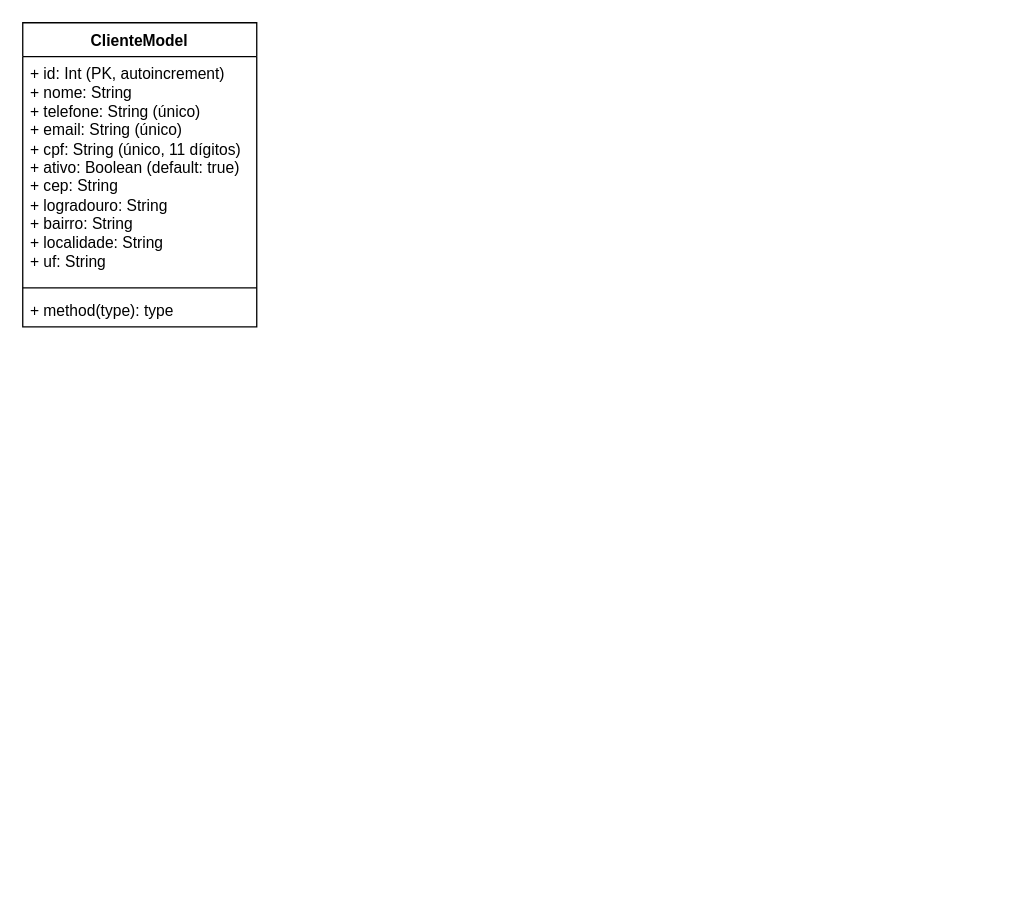
Before: uml/poo.drawio in dudaguimaraes11/lanchonete-backend, a draw.io diagram. Source tidied: cells renumbered, new cells numbered last; positions are measured from the earlier drawing's top-left corner, leaving out a move shared by most shapes. Both pictures are drawn from the tidied source at 130%, with x=0, y=0 at pixel (22, 22).
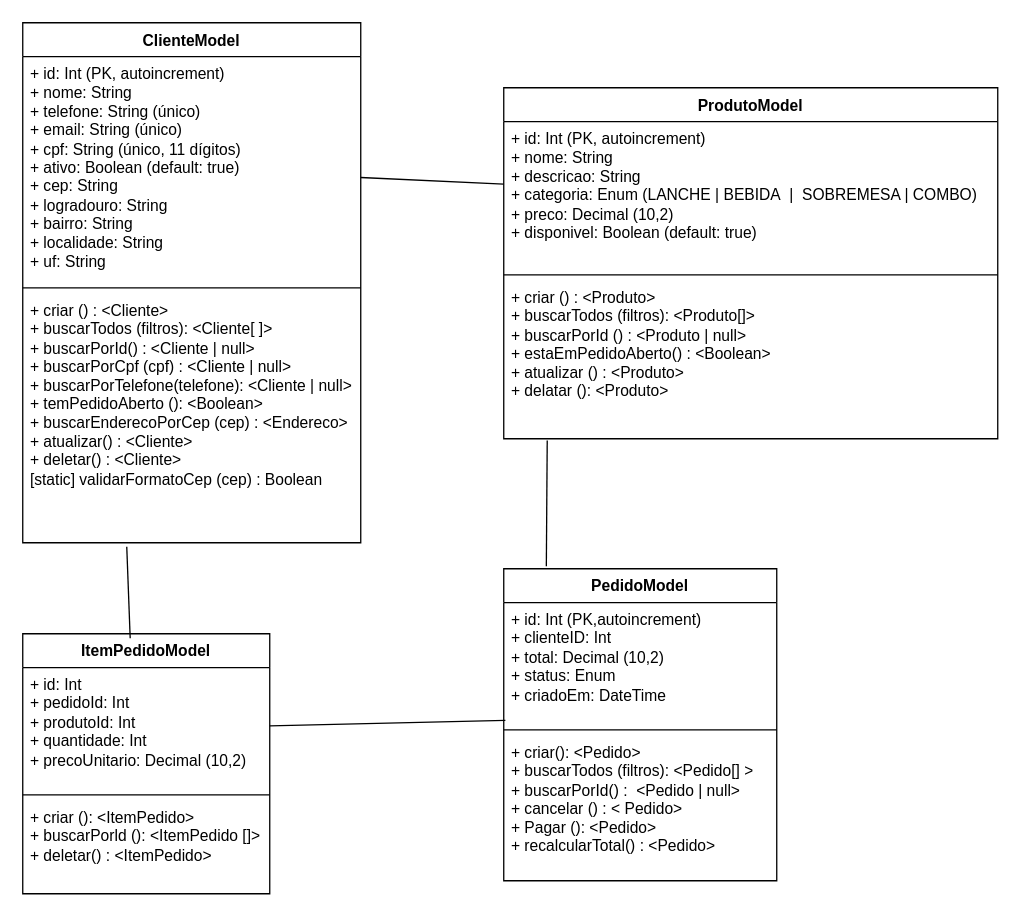
Above is the later version.

The edit, as a diff of the source:
```diff
@@
     <mxCell id="2" value="ClienteModel&lt;div&gt;&lt;br&gt;&lt;/div&gt;" style="swimlane;fontStyle=1;align=center;verticalAlign=top;horizontal=1;startSize=26;whiteSpace=wrap;html=1;" parent="1" vertex="1">
-      <mxGeometry width="180" height="234" as="geometry" />
+      <mxGeometry width="260" height="400" as="geometry" />
     </mxCell>
     <mxCell id="3" value="+ id: Int (PK, autoincrement)&lt;div&gt;+ nome: String&lt;/div&gt;&lt;div&gt;+ telefone: String (único)&lt;/div&gt;&lt;div&gt;+ email: String (único)&lt;/div&gt;&lt;div&gt;+ cpf: String (único, 11 dígitos)&lt;/div&gt;&lt;div&gt;+ ativo: Boolean (default: true)&lt;/div&gt;&lt;div&gt;+ cep: String&amp;nbsp;&lt;/div&gt;&lt;div&gt;+ logradouro: String&amp;nbsp;&lt;/div&gt;&lt;div&gt;+ bairro: String&lt;/div&gt;&lt;div&gt;+ localidade: String&amp;nbsp;&lt;br&gt;+ uf: String&amp;nbsp;&lt;/div&gt;&lt;div&gt;&lt;br&gt;&lt;/div&gt;" style="text;strokeColor=none;fillColor=none;align=left;verticalAlign=top;spacingLeft=4;spacingRight=4;overflow=hidden;points=[[0,0.5],[1,0.5]];portConstraint=eastwest;whiteSpace=wrap;html=1;" parent="2" vertex="1">
-      <mxGeometry y="26" width="180" height="174" as="geometry" />
+      <mxGeometry y="26" width="260" height="174" as="geometry" />
     </mxCell>
     <mxCell id="4" style="line;strokeWidth=1;fillColor=none;align=left;verticalAlign=middle;spacingTop=-1;spacingLeft=3;spacingRight=3;labelPosition=right;strokeColor=inherit;" parent="2" vertex="1">
-      <mxGeometry y="200" width="180" height="8" as="geometry" />
+      <mxGeometry y="200" width="260" height="8" as="geometry" />
     </mxCell>
-    <mxCell id="5" value="+ method(type): type" style="text;strokeColor=none;fillColor=none;align=left;verticalAlign=top;spacingLeft=4;spacingRight=4;overflow=hidden;whiteSpace=wrap;html=1;" parent="2" vertex="1">
-      <mxGeometry y="208" width="180" height="26" as="geometry" />
+    <mxCell id="5" value="+ criar () : &amp;lt;Cliente&amp;gt;&lt;div&gt;+ buscarTodos (filtros): &amp;lt;Cliente[ ]&amp;gt;&lt;/div&gt;&lt;div&gt;+ buscarPorId() : &amp;lt;Cliente | null&amp;gt;&lt;/div&gt;&lt;div&gt;+ buscarPorCpf (cpf) : &amp;lt;Cliente | null&amp;gt;&lt;/div&gt;&lt;div&gt;+ buscarPorTelefone(telefone): &amp;lt;Cliente | null&amp;gt;&lt;/div&gt;&lt;div&gt;+ temPedidoAberto (): &amp;lt;Boolean&amp;gt;&lt;/div&gt;&lt;div&gt;+ buscarEnderecoPorCep (cep) : &amp;lt;Endereco&amp;gt;&lt;/div&gt;&lt;div&gt;+ atualizar() : &amp;lt;Cliente&amp;gt;&amp;nbsp;&lt;/div&gt;&lt;div&gt;+ deletar() : &amp;lt;Cliente&amp;gt;&lt;/div&gt;&lt;div&gt;[static] validarFormatoCep (cep) : Boolean&lt;/div&gt;&lt;div&gt;&lt;br&gt;&lt;/div&gt;" style="text;strokeColor=none;fillColor=none;align=left;verticalAlign=top;spacingLeft=4;spacingRight=4;overflow=hidden;whiteSpace=wrap;html=1;" parent="2" vertex="1">
+      <mxGeometry y="208" width="260" height="192" as="geometry" />
     </mxCell>
+    <mxCell id="6" value="ProdutoModel&lt;div&gt;&lt;br&gt;&lt;/div&gt;" style="swimlane;fontStyle=1;align=center;verticalAlign=top;horizontal=1;startSize=26;whiteSpace=wrap;html=1;" parent="1" vertex="1">
+      <mxGeometry x="370" y="50" width="380" height="270" as="geometry" />
+    </mxCell>
+    <mxCell id="7" value="&lt;div&gt;+ id: Int (PK, autoincrement)&lt;/div&gt;&lt;div&gt;+ nome: String&lt;/div&gt;&lt;div&gt;+ descricao: String&lt;/div&gt;&lt;div&gt;+ categoria: Enum (LANCHE | BEBIDA&amp;nbsp; |&amp;nbsp; SOBREMESA | COMBO)&lt;/div&gt;&lt;div&gt;+ preco: Decimal (10,2)&lt;/div&gt;&lt;div&gt;+ disponivel: Boolean (default: true)&lt;/div&gt;" style="text;strokeColor=none;fillColor=none;align=left;verticalAlign=top;spacingLeft=4;spacingRight=4;overflow=hidden;points=[[0,0.5],[1,0.5]];portConstraint=eastwest;whiteSpace=wrap;html=1;" parent="6" vertex="1">
+      <mxGeometry y="26" width="380" height="114" as="geometry" />
+    </mxCell>
+    <mxCell id="8" style="line;strokeWidth=1;fillColor=none;align=left;verticalAlign=middle;spacingTop=-1;spacingLeft=3;spacingRight=3;labelPosition=right;strokeColor=inherit;" parent="6" vertex="1">
+      <mxGeometry y="140" width="380" height="8" as="geometry" />
+    </mxCell>
+    <mxCell id="9" value="+ criar () : &amp;lt;Produto&amp;gt;&lt;div&gt;&lt;font color=&quot;#000000&quot;&gt;+ buscarTodos (filtros): &amp;lt;Produto[]&amp;gt;&lt;br&gt;&lt;/font&gt;&lt;div&gt;+ buscarPorId () : &amp;lt;Produto | null&amp;gt;&lt;/div&gt;&lt;div&gt;+ estaEmPedidoAberto() : &amp;lt;Boolean&amp;gt;&lt;/div&gt;&lt;div&gt;+ atualizar () : &amp;lt;Produto&amp;gt;&lt;/div&gt;&lt;div&gt;+ delatar (): &amp;lt;Produto&amp;gt;&lt;/div&gt;&lt;div&gt;&lt;br&gt;&lt;/div&gt;&lt;div&gt;&lt;br&gt;&lt;/div&gt;&lt;/div&gt;" style="text;strokeColor=none;fillColor=none;align=left;verticalAlign=top;spacingLeft=4;spacingRight=4;overflow=hidden;points=[[0,0.5],[1,0.5]];portConstraint=eastwest;whiteSpace=wrap;html=1;" parent="6" vertex="1">
+      <mxGeometry y="148" width="380" height="122" as="geometry" />
+    </mxCell>
+    <mxCell id="10" value="PedidoModel" style="swimlane;fontStyle=1;align=center;verticalAlign=top;horizontal=1;startSize=26;whiteSpace=wrap;html=1;" parent="1" vertex="1">
+      <mxGeometry x="370" y="420" width="210" height="240" as="geometry" />
+    </mxCell>
+    <mxCell id="11" value="+ id: Int (PK,autoincrement)&lt;div&gt;+ clienteID: Int&amp;nbsp;&lt;/div&gt;&lt;div&gt;+ total: Decimal (10,2)&amp;nbsp;&lt;/div&gt;&lt;div&gt;+ status: Enum&amp;nbsp;&lt;/div&gt;&lt;div&gt;+ criadoEm: DateTime&amp;nbsp;&lt;/div&gt;" style="text;strokeColor=none;fillColor=none;align=left;verticalAlign=top;spacingLeft=4;spacingRight=4;overflow=hidden;points=[[0,0.5],[1,0.5]];portConstraint=eastwest;whiteSpace=wrap;html=1;" parent="10" vertex="1">
+      <mxGeometry y="26" width="210" height="94" as="geometry" />
+    </mxCell>
+    <mxCell id="12" style="line;strokeWidth=1;fillColor=none;align=left;verticalAlign=middle;spacingTop=-1;spacingLeft=3;spacingRight=3;labelPosition=right;strokeColor=inherit;" parent="10" vertex="1">
+      <mxGeometry y="120" width="210" height="8" as="geometry" />
+    </mxCell>
+    <mxCell id="13" value="+ criar(): &amp;lt;Pedido&amp;gt;&lt;div&gt;+ buscarTodos (filtros): &amp;lt;Pedido[] &amp;gt;&lt;/div&gt;&lt;div&gt;+ buscarPorId() :&amp;nbsp; &amp;lt;Pedido | null&amp;gt;&lt;/div&gt;&lt;div&gt;+ cancelar () : &amp;lt; Pedido&amp;gt;&lt;/div&gt;&lt;div&gt;+ Pagar (): &amp;lt;Pedido&amp;gt;&lt;/div&gt;&lt;div&gt;+ recalcularTotal() : &amp;lt;Pedido&amp;gt;&lt;/div&gt;&lt;div&gt;&lt;br&gt;&lt;/div&gt;" style="text;strokeColor=none;fillColor=none;align=left;verticalAlign=top;spacingLeft=4;spacingRight=4;overflow=hidden;whiteSpace=wrap;html=1;" parent="10" vertex="1">
+      <mxGeometry y="128" width="210" height="112" as="geometry" />
+    </mxCell>
+    <mxCell id="14" value="ItemPedidoModel" style="swimlane;fontStyle=1;align=center;verticalAlign=top;horizontal=1;startSize=26;whiteSpace=wrap;html=1;" parent="1" vertex="1">
+      <mxGeometry y="470" width="190" height="200" as="geometry" />
+    </mxCell>
+    <mxCell id="15" value="+ id: Int&lt;div&gt;+ pedidoId: Int&lt;/div&gt;&lt;div&gt;+ produtoId: Int&lt;/div&gt;&lt;div&gt;+ quantidade: Int&lt;/div&gt;&lt;div&gt;+ precoUnitario: Decimal (10,2)&lt;/div&gt;&lt;div&gt;&lt;br&gt;&lt;/div&gt;" style="text;strokeColor=none;fillColor=none;align=left;verticalAlign=top;spacingLeft=4;spacingRight=4;overflow=hidden;points=[[0,0.5],[1,0.5]];portConstraint=eastwest;whiteSpace=wrap;html=1;" parent="14" vertex="1">
+      <mxGeometry y="26" width="190" height="94" as="geometry" />
+    </mxCell>
+    <mxCell id="16" style="line;strokeWidth=1;fillColor=none;align=left;verticalAlign=middle;spacingTop=-1;spacingLeft=3;spacingRight=3;labelPosition=right;strokeColor=inherit;" parent="14" vertex="1">
+      <mxGeometry y="120" width="190" height="8" as="geometry" />
+    </mxCell>
+    <mxCell id="17" value="+ criar (): &amp;lt;ItemPedido&amp;gt;&lt;div&gt;+ buscarPorld (): &amp;lt;ItemPedido []&amp;gt;&lt;/div&gt;&lt;div&gt;+ deletar() : &amp;lt;ItemPedido&amp;gt;&lt;/div&gt;&lt;div&gt;&lt;br&gt;&lt;/div&gt;" style="text;strokeColor=none;fillColor=none;align=left;verticalAlign=top;spacingLeft=4;spacingRight=4;overflow=hidden;whiteSpace=wrap;html=1;" parent="14" vertex="1">
+      <mxGeometry y="128" width="190" height="72" as="geometry" />
+    </mxCell>
+    <mxCell id="18" style="edgeStyle=none;html=1;endArrow=none;endFill=0;" parent="1" edge="1" source="3" target="7">
+      <mxGeometry relative="1" as="geometry" />
+    </mxCell>
+    <mxCell id="19" style="edgeStyle=none;html=1;endArrow=none;endFill=0;entryX=0.156;entryY=-0.008;entryDx=0;entryDy=0;entryPerimeter=0;exitX=0.088;exitY=1.011;exitDx=0;exitDy=0;exitPerimeter=0;" parent="1" edge="1" source="9" target="10">
+      <mxGeometry relative="1" as="geometry" />
+    </mxCell>
+    <mxCell id="20" style="edgeStyle=none;html=1;endArrow=none;endFill=0;entryX=0.006;entryY=0.965;entryDx=0;entryDy=0;entryPerimeter=0;" parent="1" edge="1" source="15" target="11">
+      <mxGeometry relative="1" as="geometry" />
+    </mxCell>
+    <mxCell id="21" style="edgeStyle=none;html=1;endArrow=none;endFill=0;exitX=0.435;exitY=0.017;exitDx=0;exitDy=0;exitPerimeter=0;" parent="1" edge="1" source="14">
+      <mxGeometry relative="1" as="geometry">
+        <mxPoint x="80" y="403" as="targetPoint" />
+      </mxGeometry>
+    </mxCell>
```
